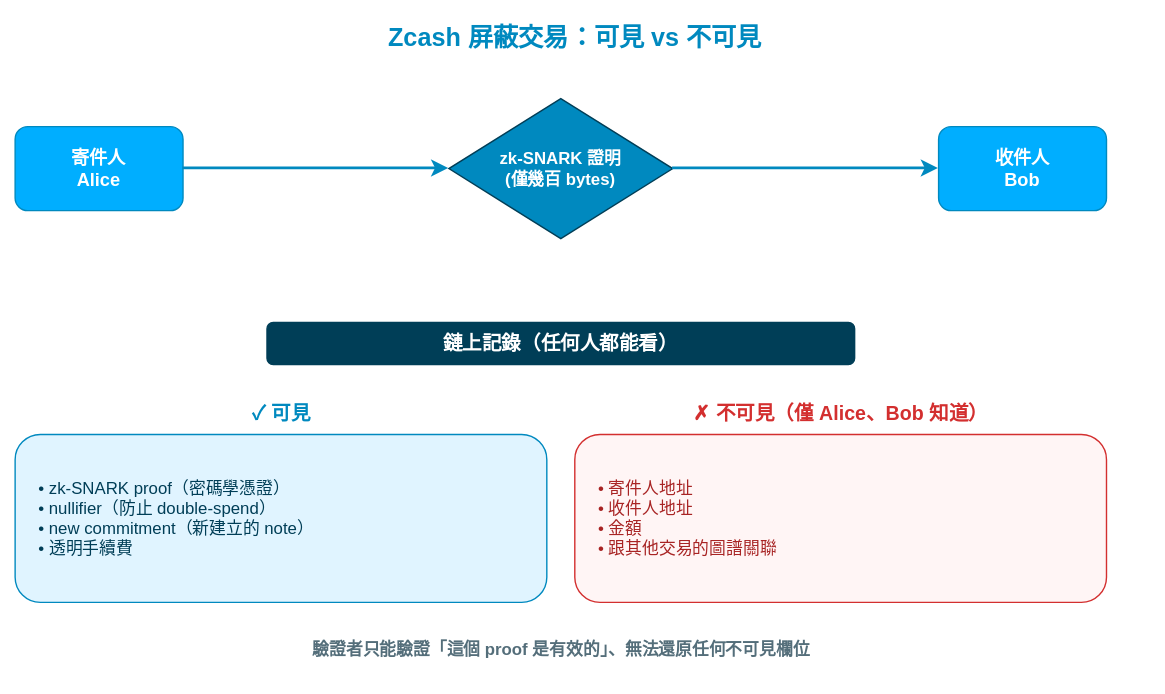
Earlier version of the draw.io export docs/zh-TW/assets/images/zcash-shielded.drawio.svg (anoni-net/docs). Source tidied: cells renumbered, new cells last; positions are measured from the earlier drawing's top-left corner, leaving out a move shared by most shapes. Its diagram source:
```xml
<mxGraphModel>
  <root>
    <mxCell id="0" />
    <mxCell id="1" parent="0" />
    <mxCell id="2" value="Zcash 屏蔽交易：可見 vs 不可見" style="text;html=1;align=center;fontSize=18;fontStyle=1;fontColor=#0089bf;" parent="1" vertex="1">
      <mxGeometry width="800" height="30" as="geometry" />
    </mxCell>
    <mxCell id="3" value="寄件人&#10;Alice" style="rounded=1;whiteSpace=wrap;html=1;fillColor=#00aeff;strokeColor=#0089bf;fontColor=#ffffff;fontSize=13;fontStyle=1;" parent="1" vertex="1">
      <mxGeometry y="80" width="120" height="60" as="geometry" />
    </mxCell>
    <mxCell id="4" value="收件人&#10;Bob" style="rounded=1;whiteSpace=wrap;html=1;fillColor=#00aeff;strokeColor=#0089bf;fontColor=#ffffff;fontSize=13;fontStyle=1;" parent="1" vertex="1">
      <mxGeometry x="660" y="80" width="120" height="60" as="geometry" />
    </mxCell>
    <mxCell id="5" value="zk-SNARK 證明&#10;(僅幾百 bytes)" style="rhombus;whiteSpace=wrap;html=1;fillColor=#0089bf;strokeColor=#003e57;fontColor=#ffffff;fontSize=12;fontStyle=1;" parent="1" vertex="1">
      <mxGeometry x="310" y="60" width="160" height="100" as="geometry" />
    </mxCell>
    <mxCell id="6" style="endArrow=classic;html=1;strokeColor=#0089bf;strokeWidth=2;" parent="1" edge="1" source="3" target="5">
      <mxGeometry relative="1" as="geometry" />
    </mxCell>
    <mxCell id="7" style="endArrow=classic;html=1;strokeColor=#0089bf;strokeWidth=2;" parent="1" edge="1" source="5" target="4">
      <mxGeometry relative="1" as="geometry" />
    </mxCell>
    <mxCell id="8" value="鏈上記錄（任何人都能看）" style="rounded=1;whiteSpace=wrap;html=1;fillColor=#003e57;strokeColor=#003e57;fontColor=#ffffff;fontSize=14;fontStyle=1;" parent="1" vertex="1">
      <mxGeometry x="180" y="220" width="420" height="30" as="geometry" />
    </mxCell>
    <mxCell id="9" value="✓ 可見" style="text;html=1;align=center;fontSize=14;fontStyle=1;fontColor=#0089bf;" parent="1" vertex="1">
      <mxGeometry y="270" width="380" height="25" as="geometry" />
    </mxCell>
    <mxCell id="10" value="• zk-SNARK proof（密碼學憑證）&#10;• nullifier（防止 double-spend）&#10;• new commitment（新建立的 note）&#10;• 透明手續費" style="rounded=1;whiteSpace=wrap;html=1;fillColor=#e0f4ff;strokeColor=#0089bf;fontColor=#003e57;fontSize=12;align=left;spacingLeft=15;" parent="1" vertex="1">
      <mxGeometry y="300" width="380" height="120" as="geometry" />
    </mxCell>
    <mxCell id="11" value="✗ 不可見（僅 Alice、Bob 知道）" style="text;html=1;align=center;fontSize=14;fontStyle=1;fontColor=#d32f2f;" parent="1" vertex="1">
      <mxGeometry x="400" y="270" width="380" height="25" as="geometry" />
    </mxCell>
    <mxCell id="12" value="• 寄件人地址&#10;• 收件人地址&#10;• 金額&#10;• 跟其他交易的圖譜關聯" style="rounded=1;whiteSpace=wrap;html=1;fillColor=#fff5f5;strokeColor=#d32f2f;fontColor=#a82424;fontSize=12;align=left;spacingLeft=15;" parent="1" vertex="1">
      <mxGeometry x="400" y="300" width="380" height="120" as="geometry" />
    </mxCell>
    <mxCell id="13" value="驗證者只能驗證「這個 proof 是有效的」、無法還原任何不可見欄位" style="text;html=1;align=center;fontSize=12;fontStyle=1;fontColor=#546e7a;" parent="1" vertex="1">
      <mxGeometry y="440" width="780" height="25" as="geometry" />
    </mxCell>
  </root>
</mxGraphModel>
```
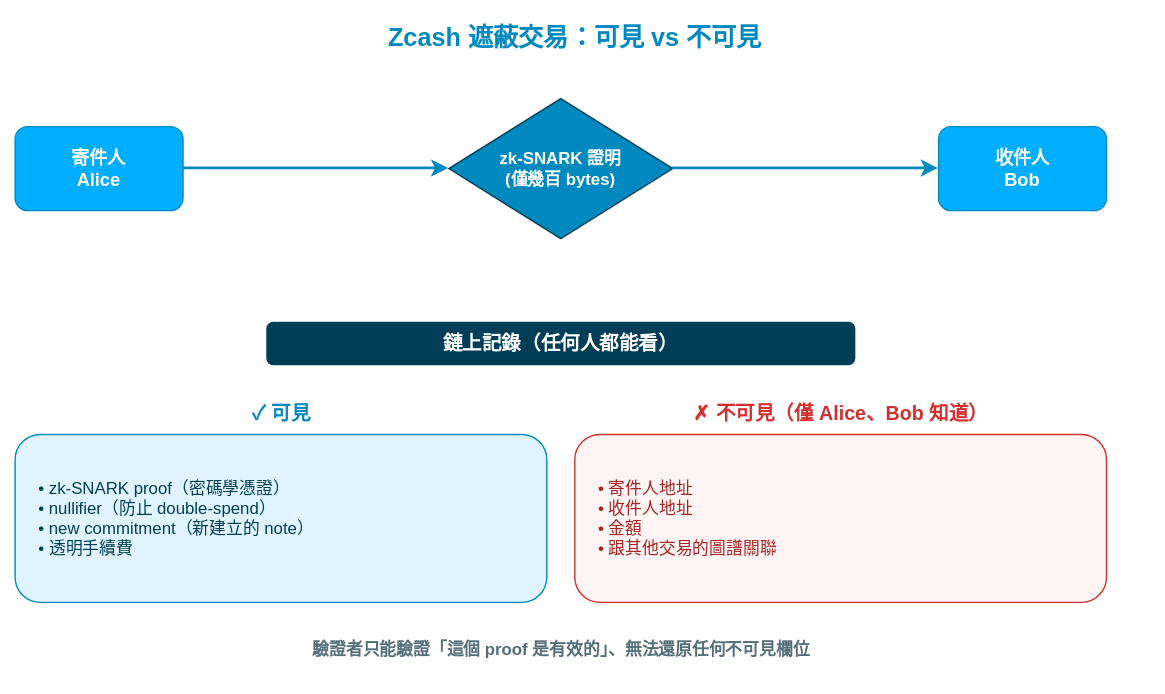
Above is the later version.

Diff of the diagram source:
```diff
@@ -2,7 +2,7 @@
   <root>
     <mxCell id="0" />
     <mxCell id="1" parent="0" />
-    <mxCell id="2" value="Zcash 屏蔽交易：可見 vs 不可見" style="text;html=1;align=center;fontSize=18;fontStyle=1;fontColor=#0089bf;" parent="1" vertex="1">
+    <mxCell id="2" value="Zcash 遮蔽交易：可見 vs 不可見" style="text;html=1;align=center;fontSize=18;fontStyle=1;fontColor=#0089bf;" parent="1" vertex="1">
       <mxGeometry width="800" height="30" as="geometry" />
     </mxCell>
     <mxCell id="3" value="寄件人&#10;Alice" style="rounded=1;whiteSpace=wrap;html=1;fillColor=#00aeff;strokeColor=#0089bf;fontColor=#ffffff;fontSize=13;fontStyle=1;" parent="1" vertex="1">
```
